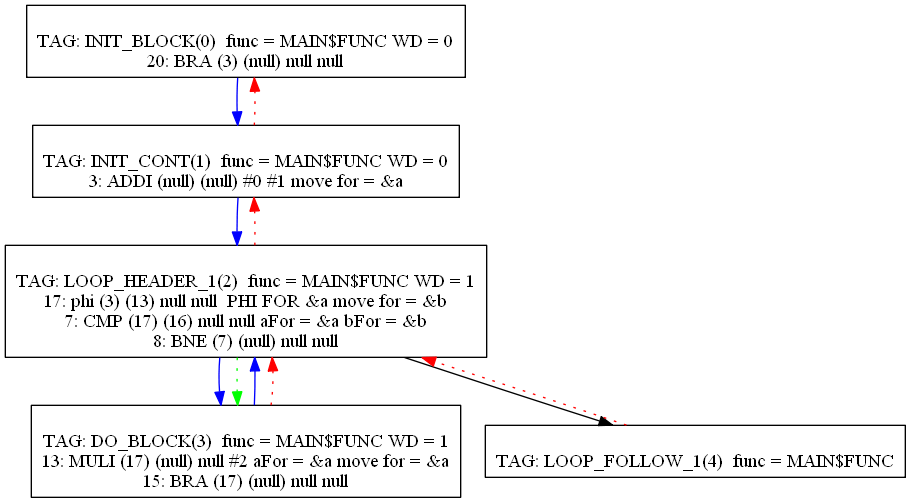
The Graphviz diagram Compiler/14graph.png in mbajaj92/Project-Astoria, before a commit. Its source is kept beside it as Compiler/14graph.dot.
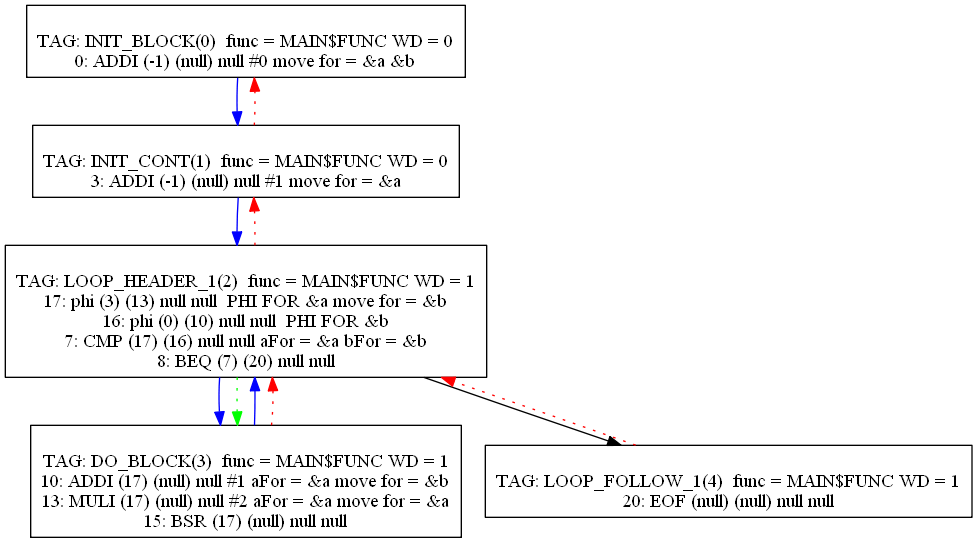
After the change.

The edit, as a diff of the source:
```diff
@@ -1,13 +1,13 @@
 digraph {
 0[label="
 TAG: INIT_BLOCK(0)  func = MAIN$FUNC WD = 0
-20: BRA (3) (null) null null
+0: ADDI (-1) (null) null #0 move for = &a &b
 "];
 0[shape=box];
 0 -> 1[color=blue]
 1[label="
 TAG: INIT_CONT(1)  func = MAIN$FUNC WD = 0
-3: ADDI (null) (null) #0 #1 move for = &a
+3: ADDI (-1) (null) null #1 move for = &a
 "];
 1[shape=box];
 1 -> 2[color=blue]
@@ -15,8 +15,9 @@
 2[label="
 TAG: LOOP_HEADER_1(2)  func = MAIN$FUNC WD = 1
 17: phi (3) (13) null null  PHI FOR &a move for = &b
+16: phi (0) (10) null null  PHI FOR &b
 7: CMP (17) (16) null null aFor = &a bFor = &b
-8: BNE (7) (null) null null
+8: BEQ (7) (20) null null
 "];
 2[shape=box];
 2 -> 3[color=blue]
@@ -25,14 +26,16 @@
 2 -> 3[color=green][style=dotted]
 3[label="
 TAG: DO_BLOCK(3)  func = MAIN$FUNC WD = 1
+10: ADDI (17) (null) null #1 aFor = &a move for = &b
 13: MULI (17) (null) null #2 aFor = &a move for = &a
-15: BRA (17) (null) null null
+15: BSR (17) (null) null null
 "];
 3[shape=box];
 3 -> 2[color=blue]
 3 -> 2[color=red][style=dotted]
 4[label="
-TAG: LOOP_FOLLOW_1(4)  func = MAIN$FUNC
+TAG: LOOP_FOLLOW_1(4)  func = MAIN$FUNC WD = 1
+20: EOF (null) (null) null null
 "];
 4[shape=box];
 4 -> 2[color=red][style=dotted]
```
